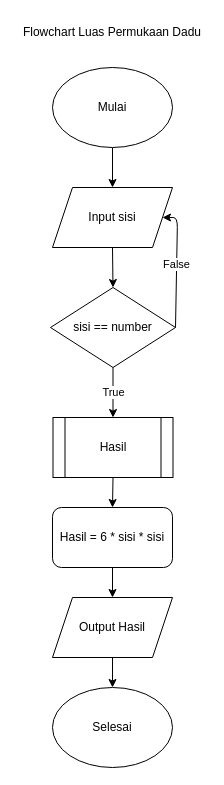
The draw.io diagram page "Flowchart Luas permukaan dadu" (1 of 2) of tugas5.drawio in wisnu318/fwg17-computer-science, before the edit. Source tidied: cells renumbered, new cells numbered last; positions are measured from the earlier drawing's top-left corner, leaving out a move shared by most shapes. Both pictures are drawn from the tidied source at 100%, with x=0, y=0 at pixel (17, 17).
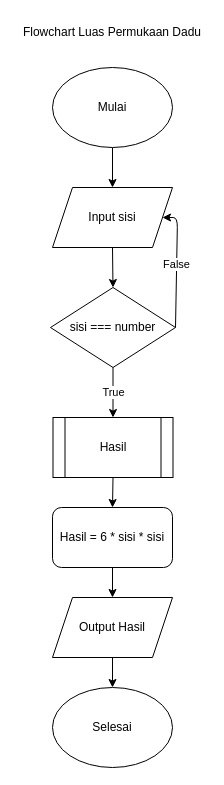
The same page after the edit.

The edit, as a diff of the source:
```diff
@@
 <mxGraphModel>
   <root>
     <mxCell id="0" />
     <mxCell id="1" parent="0" />
     <mxCell id="2" value="Flowchart Luas Permukaan Dadu" style="text;html=1;strokeColor=none;fillColor=none;align=center;verticalAlign=middle;whiteSpace=wrap;rounded=0;" parent="1" vertex="1">
       <mxGeometry width="190" height="30" as="geometry" />
     </mxCell>
     <mxCell id="3" style="edgeStyle=none;html=1;exitX=0.5;exitY=1;exitDx=0;exitDy=0;entryX=0.5;entryY=0;entryDx=0;entryDy=0;" parent="1" edge="1" source="4" target="7">
       <mxGeometry relative="1" as="geometry" />
     </mxCell>
     <mxCell id="4" value="Mulai" style="ellipse;whiteSpace=wrap;html=1;" parent="1" vertex="1">
       <mxGeometry x="35" y="50" width="120" height="80" as="geometry" />
     </mxCell>
     <mxCell id="5" value="Selesai" style="ellipse;whiteSpace=wrap;html=1;" parent="1" vertex="1">
       <mxGeometry x="35" y="670" width="120" height="80" as="geometry" />
     </mxCell>
     <mxCell id="6" style="edgeStyle=none;html=1;exitX=0.5;exitY=1;exitDx=0;exitDy=0;entryX=0.5;entryY=0;entryDx=0;entryDy=0;" parent="1" edge="1" source="7" target="12">
       <mxGeometry relative="1" as="geometry" />
     </mxCell>
     <mxCell id="7" value="Input sisi" style="shape=parallelogram;perimeter=parallelogramPerimeter;whiteSpace=wrap;html=1;fixedSize=1;" parent="1" vertex="1">
       <mxGeometry x="35" y="170" width="120" height="60" as="geometry" />
     </mxCell>
     <mxCell id="8" style="edgeStyle=none;html=1;exitX=0.5;exitY=1;exitDx=0;exitDy=0;entryX=0.5;entryY=0;entryDx=0;entryDy=0;" parent="1" edge="1" source="9" target="5">
       <mxGeometry relative="1" as="geometry" />
     </mxCell>
     <mxCell id="9" value="Output Hasil" style="shape=parallelogram;perimeter=parallelogramPerimeter;whiteSpace=wrap;html=1;fixedSize=1;" parent="1" vertex="1">
       <mxGeometry x="35" y="580" width="120" height="60" as="geometry" />
     </mxCell>
     <mxCell id="10" value="False" style="edgeStyle=none;html=1;exitX=1;exitY=0.5;exitDx=0;exitDy=0;entryX=1;entryY=0.5;entryDx=0;entryDy=0;" parent="1" edge="1" source="12" target="7">
       <mxGeometry relative="1" as="geometry">
         <Array as="points">
           <mxPoint x="160" y="200" />
         </Array>
       </mxGeometry>
     </mxCell>
     <mxCell id="11" value="True" style="edgeStyle=none;html=1;exitX=0.5;exitY=1;exitDx=0;exitDy=0;entryX=0.5;entryY=0;entryDx=0;entryDy=0;" parent="1" edge="1" source="12" target="14">
       <mxGeometry relative="1" as="geometry" />
     </mxCell>
-    <mxCell id="12" value="sisi == number" style="rhombus;whiteSpace=wrap;html=1;" parent="1" vertex="1">
+    <mxCell id="12" value="sisi === number" style="rhombus;whiteSpace=wrap;html=1;" parent="1" vertex="1">
       <mxGeometry x="33" y="270" width="125" height="80" as="geometry" />
     </mxCell>
     <mxCell id="13" style="edgeStyle=none;html=1;exitX=0.5;exitY=1;exitDx=0;exitDy=0;entryX=0.5;entryY=0;entryDx=0;entryDy=0;" parent="1" edge="1" source="14" target="16">
       <mxGeometry relative="1" as="geometry" />
     </mxCell>
     <mxCell id="14" value="Hasil" style="shape=process;whiteSpace=wrap;html=1;backgroundOutline=1;" parent="1" vertex="1">
       <mxGeometry x="35.5" y="400" width="120" height="60" as="geometry" />
     </mxCell>
     <mxCell id="15" style="edgeStyle=none;html=1;exitX=0.5;exitY=1;exitDx=0;exitDy=0;entryX=0.5;entryY=0;entryDx=0;entryDy=0;" parent="1" edge="1" source="16" target="9">
       <mxGeometry relative="1" as="geometry" />
     </mxCell>
     <mxCell id="16" value="Hasil = 6 * sisi * sisi" style="rounded=1;whiteSpace=wrap;html=1;" parent="1" vertex="1">
       <mxGeometry x="35" y="490" width="120" height="60" as="geometry" />
     </mxCell>
   </root>
 </mxGraphModel>
```
